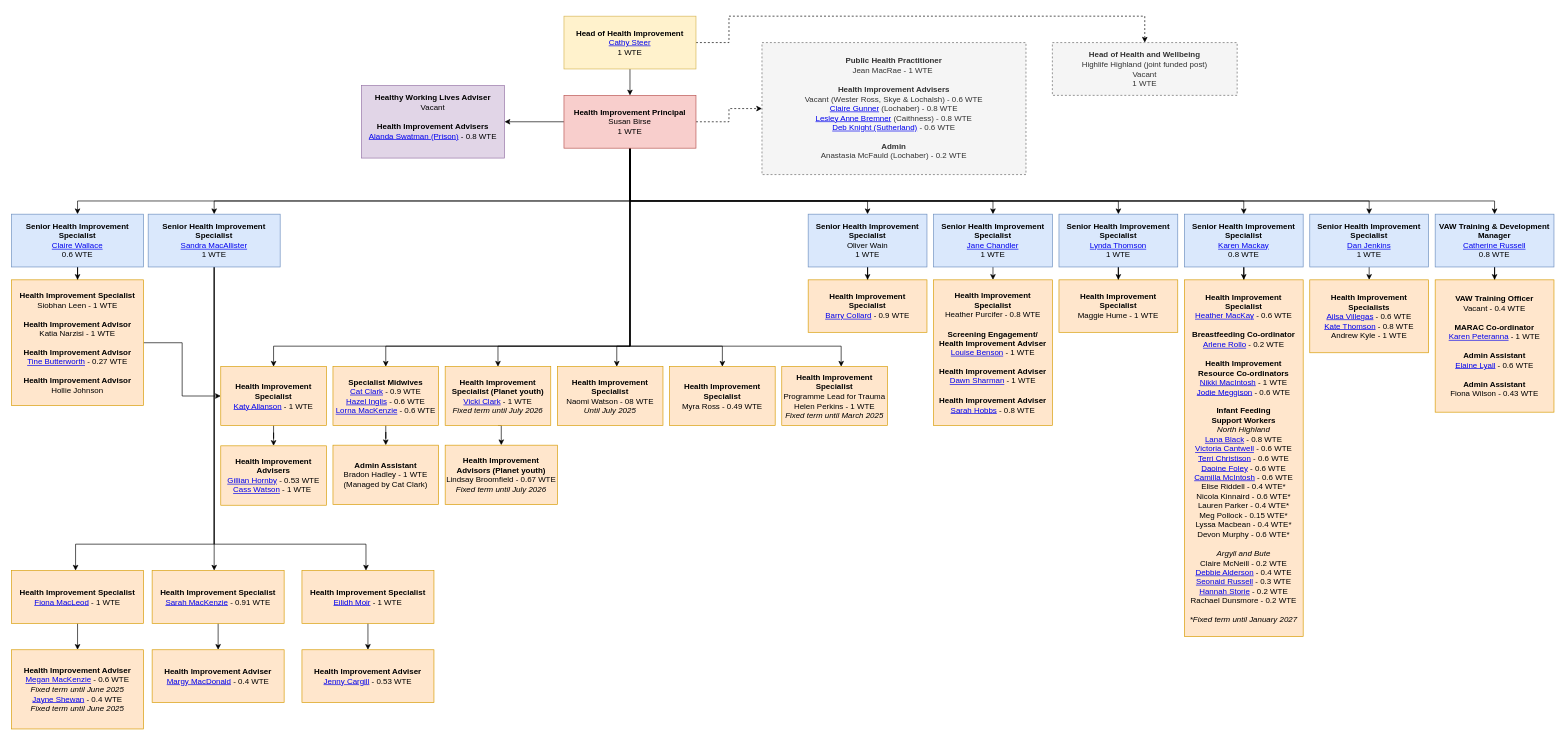
This is Untitled Diagram.drawio from barrycollard/staffOrgChart, a draw.io file, before an edit. Source tidied: cells renumbered, new cells numbered last; positions are measured from the earlier drawing's top-left corner, leaving out a move shared by most shapes. Both pictures are drawn from the tidied source at 66%, with x=0, y=0 at pixel (11, 16).
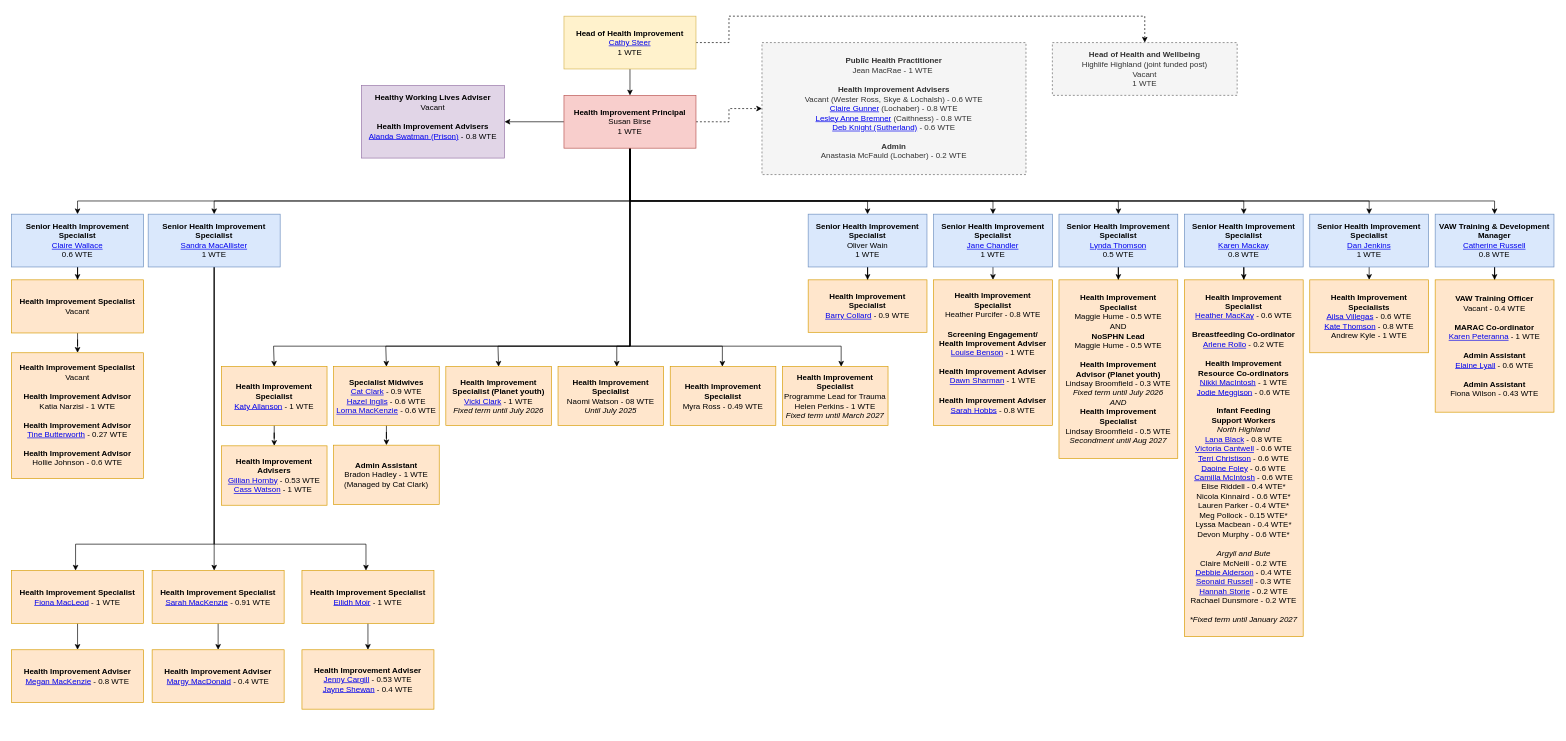
Above is the later version.

The edit, as a diff of the source:
```diff
@@
-    <mxCell id="30" value="&lt;div&gt;&lt;b&gt;Senior Health Improvement Specialist&lt;/b&gt;&lt;/div&gt;&lt;div&gt;&lt;div&gt;&lt;a href=&quot;https://nhshighland.publichealth.scot.nhs.uk/staff/lynda-thomson/&quot;&gt;Lynda Thomson&lt;/a&gt;&lt;/div&gt;&lt;div&gt;1 WTE&lt;/div&gt;&lt;/div&gt;" style="rounded=0;whiteSpace=wrap;html=1;fillColor=#dae8fc;strokeColor=#6c8ebf;" parent="1" vertex="1">
+    <mxCell id="30" value="&lt;div&gt;&lt;b&gt;Senior Health Improvement Specialist&lt;/b&gt;&lt;/div&gt;&lt;div&gt;&lt;div&gt;&lt;a href=&quot;https://nhshighland.publichealth.scot.nhs.uk/staff/lynda-thomson/&quot;&gt;Lynda Thomson&lt;/a&gt;&lt;/div&gt;&lt;div&gt;0.5 WTE&lt;/div&gt;&lt;/div&gt;" style="rounded=0;whiteSpace=wrap;html=1;fillColor=#dae8fc;strokeColor=#6c8ebf;" parent="1" vertex="1">
       <mxGeometry x="1587" y="300" width="180" height="80" as="geometry" />
     </mxCell>
@@
-    <mxCell id="35" style="edgeStyle=orthogonalEdgeStyle;rounded=0;jettySize=auto;html=1;" parent="1" edge="1" source="36" target="40">
-      <mxGeometry relative="1" as="geometry" />
-    </mxCell>
+    <mxCell id="72" style="edgeStyle=orthogonalEdgeStyle;rounded=0;jettySize=auto;html=1;" parent="1" edge="1" source="36" target="73">
+      <mxGeometry relative="1" as="geometry" />
+    </mxCell>
-    <mxCell id="36" value="&lt;div&gt;&lt;b&gt;Health Improvement Specialist&lt;/b&gt;&lt;/div&gt;&lt;div&gt;Siobhan Leen -&amp;nbsp;&lt;span style=&quot;background-color: transparent; color: light-dark(rgb(0, 0, 0), rgb(255, 255, 255));&quot;&gt;1 WTE&lt;/span&gt;&lt;/div&gt;&lt;div&gt;&lt;br&gt;&lt;/div&gt;&lt;div&gt;&lt;b&gt;Health Improvement Advisor&lt;/b&gt;&lt;/div&gt;&lt;div&gt;&lt;span style=&quot;background-color: transparent; color: light-dark(rgb(0, 0, 0), rgb(255, 255, 255));&quot;&gt;Katia Narzisi -&amp;nbsp;&lt;/span&gt;&lt;span style=&quot;background-color: transparent; color: light-dark(rgb(0, 0, 0), rgb(255, 255, 255));&quot;&gt;1 WTE&lt;/span&gt;&lt;br&gt;&lt;/div&gt;&lt;div&gt;&lt;span&gt;&lt;br&gt;&lt;/span&gt;&lt;/div&gt;&lt;div&gt;&lt;span&gt;&lt;div&gt;&lt;b&gt;Health Improvement Advisor&lt;/b&gt;&lt;/div&gt;&lt;div&gt;&lt;span style=&quot;background-color: transparent; color: light-dark(rgb(0, 0, 0), rgb(255, 255, 255));&quot;&gt;&lt;a href=&quot;/staff/tine-butterworth/&quot;&gt;Tine Butterworth&lt;/a&gt; -&amp;nbsp;&lt;/span&gt;&lt;span style=&quot;background-color: transparent; color: light-dark(rgb(0, 0, 0), rgb(255, 255, 255));&quot;&gt;0.27 WTE&lt;/span&gt;&lt;br&gt;&lt;/div&gt;&lt;/span&gt;&lt;/div&gt;&lt;div&gt;&lt;span&gt;&lt;br&gt;&lt;/span&gt;&lt;/div&gt;&lt;div&gt;&lt;span&gt;&lt;div&gt;&lt;b&gt;Health Improvement Advisor&lt;/b&gt;&lt;/div&gt;&lt;div&gt;&lt;span style=&quot;background-color: transparent; color: light-dark(rgb(0, 0, 0), rgb(255, 255, 255));&quot;&gt;Hollie Johnson&lt;/span&gt;&lt;br&gt;&lt;/div&gt;&lt;/span&gt;&lt;/div&gt;" style="rounded=0;whiteSpace=wrap;html=1;fillColor=#ffe6cc;strokeColor=#d79b00;" parent="1" vertex="1">
-      <mxGeometry y="399.5" width="200" height="190.5" as="geometry" />
+    <mxCell id="36" value="&lt;div&gt;&lt;b&gt;Health Improvement Specialist&lt;/b&gt;&lt;/div&gt;&lt;div&gt;Vacant&lt;/div&gt;" style="rounded=0;whiteSpace=wrap;html=1;fillColor=#ffe6cc;strokeColor=#d79b00;" parent="1" vertex="1">
+      <mxGeometry y="399.5" width="200" height="80.5" as="geometry" />
     </mxCell>
@@
     <mxCell id="40" value="&lt;div&gt;&lt;b&gt;Health Improvement &lt;br&gt;Specialist&lt;/b&gt;&lt;/div&gt;&lt;div&gt;&lt;a href=&quot;https://nhshighland.publichealth.scot.nhs.uk/staff/katy-allanson/&quot;&gt;Katy Allanson&lt;/a&gt; - 1 WTE&lt;/div&gt;" style="rounded=0;whiteSpace=wrap;html=1;fillColor=#ffe6cc;strokeColor=#d79b00;" parent="1" vertex="1">
-      <mxGeometry x="317" y="531" width="160" height="89" as="geometry" />
+      <mxGeometry x="318" y="531" width="160" height="89" as="geometry" />
     </mxCell>
@@
-    <mxCell id="50" value="&lt;div&gt;&lt;b&gt;Health Improvement Adviser&lt;/b&gt;&lt;/div&gt;&lt;div&gt;&lt;a style=&quot;background-color: initial;&quot; href=&quot;https://nhshighland.publichealth.scot.nhs.uk/staff/megan-mackenzie/&quot;&gt;Megan MacKenzie&lt;/a&gt;&lt;span style=&quot;background-color: initial;&quot;&gt; - 0.6 WTE&lt;/span&gt;&lt;br&gt;&lt;/div&gt;&lt;div&gt;&lt;div style=&quot;border-color: var(--border-color);&quot;&gt;&lt;span style=&quot;border-color: var(--border-color);&quot;&gt;&lt;i&gt;Fixed term until June 2025&lt;/i&gt;&lt;/span&gt;&lt;/div&gt;&lt;div style=&quot;border-color: var(--border-color);&quot;&gt;&lt;/div&gt;&lt;/div&gt;&lt;div&gt;&lt;div&gt;&lt;a href=&quot;https://nhshighland.publichealth.scot.nhs.uk/staff/jayne-shewan/&quot;&gt;Jayne Shewan&lt;/a&gt; - 0.4 WTE&lt;/div&gt;&lt;/div&gt;&lt;div&gt;&lt;i style=&quot;border-color: var(--border-color);&quot;&gt;Fixed term until June 2025&lt;/i&gt;&lt;br&gt;&lt;/div&gt;" style="rounded=0;whiteSpace=wrap;html=1;fillColor=#ffe6cc;strokeColor=#d79b00;" parent="1" vertex="1">
-      <mxGeometry y="960" width="200" height="120" as="geometry" />
+    <mxCell id="50" value="&lt;div&gt;&lt;b&gt;Health Improvement Adviser&lt;/b&gt;&lt;/div&gt;&lt;div&gt;&lt;a style=&quot;background-color: initial;&quot; href=&quot;https://nhshighland.publichealth.scot.nhs.uk/staff/megan-mackenzie/&quot;&gt;Megan MacKenzie&lt;/a&gt;&lt;span style=&quot;background-color: initial;&quot;&gt; - 0.8 WTE&lt;/span&gt;&lt;/div&gt;" style="rounded=0;whiteSpace=wrap;html=1;fillColor=#ffe6cc;strokeColor=#d79b00;" parent="1" vertex="1">
+      <mxGeometry y="960" width="200" height="80" as="geometry" />
     </mxCell>
     <mxCell id="51" value="&lt;div&gt;&lt;b&gt;Health Improvement &lt;br&gt;Specialist&lt;/b&gt;&lt;/div&gt;&lt;span style=&quot;background-color: initial;&quot;&gt;Naomi Watson - 08 WTE&lt;/span&gt;&lt;div&gt;&lt;span style=&quot;background-color: initial;&quot;&gt;&lt;i&gt;Until July 2025&lt;/i&gt;&lt;/span&gt;&lt;/div&gt;" style="rounded=0;whiteSpace=wrap;html=1;fillColor=#ffe6cc;strokeColor=#d79b00;" parent="1" vertex="1">
-      <mxGeometry x="827" y="531" width="160" height="89" as="geometry" />
+      <mxGeometry x="828" y="531" width="160" height="89" as="geometry" />
     </mxCell>
-    <mxCell id="52" value="&lt;div&gt;&lt;b style=&quot;background-color: initial;&quot;&gt;Health Improvement&lt;/b&gt;&lt;br&gt;&lt;/div&gt;&lt;div&gt;&lt;div&gt;&lt;b&gt;Specialist&lt;/b&gt;&lt;/div&gt;Maggie Hume&amp;nbsp;- 1 WTE&lt;br&gt;&lt;/div&gt;" style="rounded=0;whiteSpace=wrap;html=1;fillColor=#ffe6cc;strokeColor=#d79b00;" parent="1" vertex="1">
-      <mxGeometry x="1587" y="399.5" width="180" height="79.5" as="geometry" />
+    <mxCell id="52" value="&lt;div&gt;&lt;b style=&quot;background-color: initial;&quot;&gt;Health Improvement&lt;/b&gt;&lt;br&gt;&lt;/div&gt;&lt;div&gt;&lt;div&gt;&lt;b&gt;Specialist&lt;/b&gt;&lt;/div&gt;Maggie Hume&amp;nbsp;- 0.5 WTE&lt;br&gt;&lt;/div&gt;&lt;div&gt;AND&lt;/div&gt;&lt;div&gt;&lt;b&gt;NoSPHN Lead&lt;/b&gt;&lt;/div&gt;&lt;div&gt;Maggie Hume - 0.5 WTE&lt;/div&gt;&lt;div&gt;&lt;br&gt;&lt;/div&gt;&lt;div&gt;&lt;b&gt;Health Improvement&lt;br&gt;Advisor (Planet youth)&lt;br&gt;&lt;/b&gt;&lt;div&gt;Lindsay Broomfield&amp;nbsp;- 0.3 WTE&lt;br style=&quot;border-color: rgb(218, 218, 218);&quot;&gt;&lt;i&gt;Fixed term until July 2026&lt;/i&gt;&lt;/div&gt;&lt;/div&gt;&lt;div&gt;&lt;i&gt;AND&lt;/i&gt;&lt;/div&gt;&lt;div&gt;&lt;b&gt;Health Improvement&lt;br&gt;Specialist&lt;br&gt;&lt;/b&gt;&lt;div&gt;Lindsay Broomfield&amp;nbsp;- 0.5 WTE&lt;br style=&quot;border-color: rgb(218, 218, 218);&quot;&gt;&lt;i&gt;Secondment until Aug 2027&lt;/i&gt;&lt;/div&gt;&lt;/div&gt;" style="rounded=0;whiteSpace=wrap;html=1;fillColor=#ffe6cc;strokeColor=#d79b00;" parent="1" vertex="1">
+      <mxGeometry x="1587" y="399.5" width="180" height="270.5" as="geometry" />
     </mxCell>
@@
     <mxCell id="62" value="&lt;div&gt;&lt;b style=&quot;background-color: initial;&quot;&gt;Specialist Midwives&lt;/b&gt;&lt;br&gt;&lt;/div&gt;&lt;div&gt;&lt;div&gt;&lt;a style=&quot;background-color: initial;&quot; href=&quot;https://nhshighland.publichealth.scot.nhs.uk/staff/cat-clark/&quot;&gt;Cat Clark&lt;/a&gt;&lt;span style=&quot;background-color: initial;&quot;&gt; - 0.9 WTE&lt;/span&gt;&lt;br&gt;&lt;/div&gt;&lt;div&gt;&lt;a href=&quot;https://nhshighland.publichealth.scot.nhs.uk/staff/hazel-inglis/&quot;&gt;Hazel Inglis&lt;/a&gt; - 0.6 WTE&lt;/div&gt;&lt;/div&gt;&lt;div&gt;&lt;div&gt;&lt;a href=&quot;https://nhshighland.publichealth.scot.nhs.uk/staff/lorna-mackenzie/&quot;&gt;Lorna MacKenzie&lt;/a&gt;&amp;nbsp;- 0.6 WTE&lt;/div&gt;&lt;/div&gt;" style="rounded=0;whiteSpace=wrap;html=1;fillColor=#ffe6cc;strokeColor=#d79b00;" parent="1" vertex="1">
-      <mxGeometry x="487" y="531" width="160" height="89" as="geometry" />
+      <mxGeometry x="488" y="531" width="160" height="89" as="geometry" />
     </mxCell>
-    <mxCell id="63" style="edgeStyle=orthogonalEdgeStyle;rounded=0;jettySize=auto;html=1;exitX=0.5;exitY=1;exitDx=0;exitDy=0;entryX=0.5;entryY=0;entryDx=0;entryDy=0;" parent="1" edge="1" source="64" target="66">
-      <mxGeometry relative="1" as="geometry" />
-    </mxCell>
     <mxCell id="64" value="&lt;b&gt;Health Improvement &lt;br&gt;Specialist&amp;nbsp;(Planet youth)&lt;br&gt;&lt;/b&gt;&lt;a href=&quot;https://nhshighland.publichealth.scot.nhs.uk/staff/vicki-clark/&quot;&gt;Vicki Clark&lt;/a&gt; - 1 WTE&lt;br&gt;&lt;i&gt;Fixed term until July 2026&lt;/i&gt;&lt;b&gt;&lt;br&gt;&lt;/b&gt;" style="rounded=0;whiteSpace=wrap;html=1;fillColor=#ffe6cc;strokeColor=#d79b00;" parent="1" vertex="1">
-      <mxGeometry x="657" y="531" width="160" height="89" as="geometry" />
+      <mxGeometry x="658" y="531" width="160" height="89" as="geometry" />
     </mxCell>
     <mxCell id="65" value="&lt;div style=&quot;border-color: var(--border-color);&quot;&gt;&lt;b style=&quot;border-color: var(--border-color);&quot;&gt;Health Improvement&lt;br&gt;Advisers&lt;/b&gt;&lt;/div&gt;&lt;div style=&quot;border-color: var(--border-color);&quot;&gt;&lt;div style=&quot;border-color: var(--border-color);&quot;&gt;&lt;a style=&quot;background-color: initial;&quot; href=&quot;https://nhshighland.publichealth.scot.nhs.uk/staff/gillian-hornby/&quot;&gt;Gillian Hornby&lt;/a&gt;&lt;span style=&quot;background-color: initial;&quot;&gt;&amp;nbsp;- 0.53 WTE&lt;/span&gt;&lt;br&gt;&lt;/div&gt;&lt;div style=&quot;border-color: var(--border-color);&quot;&gt;&lt;a style=&quot;border-color: var(--border-color);&quot; href=&quot;https://nhshighland.publichealth.scot.nhs.uk/staff/cassandra-watson/&quot;&gt;Cass Watson&lt;/a&gt;&amp;nbsp;- 1 WTE&amp;nbsp;&lt;/div&gt;&lt;/div&gt;" style="rounded=0;whiteSpace=wrap;html=1;fillColor=#ffe6cc;strokeColor=#d79b00;" parent="1" vertex="1">
-      <mxGeometry x="317" y="651" width="160" height="90" as="geometry" />
+      <mxGeometry x="318" y="651" width="160" height="90" as="geometry" />
     </mxCell>
-    <mxCell id="66" value="&lt;b&gt;Health Improvement&lt;br&gt;Advisors&amp;nbsp;(Planet youth)&lt;br&gt;&lt;/b&gt;&lt;div&gt;Lindsay Broomfield&amp;nbsp;- 0.67 WTE&lt;br style=&quot;border-color: var(--border-color);&quot;&gt;&lt;i&gt;Fixed term until July 2026&lt;/i&gt;&lt;b&gt;&lt;br&gt;&lt;/b&gt;&lt;/div&gt;" style="rounded=0;whiteSpace=wrap;html=1;fillColor=#ffe6cc;strokeColor=#d79b00;" parent="1" vertex="1">
-      <mxGeometry x="657" y="650" width="170" height="90" as="geometry" />
-    </mxCell>
     <mxCell id="67" value="&lt;div&gt;&lt;b&gt;Health Improvement&lt;/b&gt;&lt;/div&gt;&lt;div&gt;&lt;b&gt;Specialist&lt;/b&gt;&lt;/div&gt;&lt;div&gt;Myra Ross - 0.49 WTE&lt;/div&gt;" style="rounded=0;whiteSpace=wrap;html=1;fillColor=#ffe6cc;strokeColor=#d79b00;" parent="1" vertex="1">
-      <mxGeometry x="997" y="531" width="160" height="89" as="geometry" />
+      <mxGeometry x="998" y="531" width="160" height="89" as="geometry" />
     </mxCell>
-    <mxCell id="68" value="&lt;div&gt;&lt;b&gt;Health Improvement Adviser&lt;/b&gt;&lt;/div&gt;&lt;div&gt;&lt;div&gt;&lt;span style=&quot;background-color: initial;&quot;&gt;&lt;a href=&quot;https://nhshighland.publichealth.scot.nhs.uk/staff/jenny-cargill/&quot;&gt;Jenny Cargill&lt;/a&gt;&amp;nbsp;- 0.53 WTE&lt;/span&gt;&lt;/div&gt;&lt;div&gt;&lt;/div&gt;&lt;/div&gt;" style="rounded=0;whiteSpace=wrap;html=1;fillColor=#ffe6cc;strokeColor=#d79b00;" parent="1" vertex="1">
-      <mxGeometry x="440" y="960" width="200" height="80" as="geometry" />
+    <mxCell id="68" value="&lt;div&gt;&lt;b&gt;Health Improvement Adviser&lt;/b&gt;&lt;/div&gt;&lt;div&gt;&lt;div&gt;&lt;span style=&quot;background-color: initial;&quot;&gt;&lt;a href=&quot;https://nhshighland.publichealth.scot.nhs.uk/staff/jenny-cargill/&quot;&gt;Jenny Cargill&lt;/a&gt;&amp;nbsp;- 0.53 WTE&lt;/span&gt;&lt;/div&gt;&lt;div&gt;&lt;a href=&quot;https://nhshighland.publichealth.scot.nhs.uk/staff/jayne-shewan/&quot; style=&quot;background-color: transparent;&quot;&gt;Jayne Shewan&lt;/a&gt;&lt;span style=&quot;color: light-dark(rgb(0, 0, 0), rgb(255, 255, 255)); background-color: transparent;&quot;&gt;&amp;nbsp;- 0.4 WTE&lt;/span&gt;&lt;span style=&quot;background-color: initial;&quot;&gt;&lt;/span&gt;&lt;/div&gt;&lt;div&gt;&lt;/div&gt;&lt;/div&gt;" style="rounded=0;whiteSpace=wrap;html=1;fillColor=#ffe6cc;strokeColor=#d79b00;" parent="1" vertex="1">
+      <mxGeometry x="440" y="960" width="200" height="90" as="geometry" />
     </mxCell>
     <mxCell id="69" value="&lt;div style=&quot;border-color: var(--border-color);&quot;&gt;&lt;div&gt;&lt;b&gt;Admin Assistant&lt;/b&gt;&lt;/div&gt;&lt;div&gt;Bradon Hadley - 1 WTE&lt;/div&gt;&lt;div&gt;(Managed by Cat Clark)&lt;/div&gt;&lt;/div&gt;" style="rounded=0;whiteSpace=wrap;html=1;fillColor=#ffe6cc;strokeColor=#d79b00;" parent="1" vertex="1">
-      <mxGeometry x="487" y="650" width="160" height="90" as="geometry" />
+      <mxGeometry x="488" y="650" width="160" height="90" as="geometry" />
     </mxCell>
-    <mxCell id="70" value="&lt;div&gt;&lt;b&gt;Health Improvement&lt;/b&gt;&lt;/div&gt;&lt;div&gt;&lt;b&gt;Specialist&lt;/b&gt;&lt;/div&gt;&lt;div&gt;&lt;span&gt;Programme Lead for Trauma&lt;/span&gt;&lt;/div&gt;&lt;div&gt;&lt;span&gt;Helen Perkins - 1 WTE&lt;/span&gt;&lt;/div&gt;&lt;div&gt;&lt;span&gt;&lt;i&gt;Fixed term until March 2025&lt;/i&gt;&lt;/span&gt;&lt;br&gt;&lt;/div&gt;" style="rounded=0;whiteSpace=wrap;html=1;fillColor=#ffe6cc;strokeColor=#d79b00;" parent="1" vertex="1">
-      <mxGeometry x="1167" y="531" width="160" height="89" as="geometry" />
+    <mxCell id="70" value="&lt;div&gt;&lt;b&gt;Health Improvement&lt;/b&gt;&lt;/div&gt;&lt;div&gt;&lt;b&gt;Specialist&lt;/b&gt;&lt;/div&gt;&lt;div&gt;&lt;span&gt;Programme Lead for Trauma&lt;/span&gt;&lt;/div&gt;&lt;div&gt;&lt;span&gt;Helen Perkins - 1 WTE&lt;/span&gt;&lt;/div&gt;&lt;div&gt;&lt;span&gt;&lt;i&gt;Fixed term until March 2027&lt;/i&gt;&lt;/span&gt;&lt;br&gt;&lt;/div&gt;" style="rounded=0;whiteSpace=wrap;html=1;fillColor=#ffe6cc;strokeColor=#d79b00;" parent="1" vertex="1">
+      <mxGeometry x="1168" y="531" width="160" height="89" as="geometry" />
     </mxCell>
@@
+    <mxCell id="73" value="&lt;div&gt;&lt;b&gt;Health Improvement Specialist&lt;/b&gt;&lt;/div&gt;&lt;div&gt;Vacant&lt;/div&gt;&lt;div&gt;&lt;br&gt;&lt;/div&gt;&lt;div&gt;&lt;b&gt;Health Improvement Advisor&lt;/b&gt;&lt;/div&gt;&lt;div&gt;&lt;span style=&quot;background-color: transparent; color: light-dark(rgb(0, 0, 0), rgb(255, 255, 255));&quot;&gt;Katia Narzisi -&amp;nbsp;&lt;/span&gt;&lt;span style=&quot;background-color: transparent; color: light-dark(rgb(0, 0, 0), rgb(255, 255, 255));&quot;&gt;1 WTE&lt;/span&gt;&lt;br&gt;&lt;/div&gt;&lt;div&gt;&lt;span&gt;&lt;br&gt;&lt;/span&gt;&lt;/div&gt;&lt;div&gt;&lt;span&gt;&lt;div&gt;&lt;b&gt;Health Improvement Advisor&lt;/b&gt;&lt;/div&gt;&lt;div&gt;&lt;span style=&quot;background-color: transparent; color: light-dark(rgb(0, 0, 0), rgb(255, 255, 255));&quot;&gt;&lt;a href=&quot;/staff/tine-butterworth/&quot;&gt;Tine Butterworth&lt;/a&gt; -&amp;nbsp;&lt;/span&gt;&lt;span style=&quot;background-color: transparent; color: light-dark(rgb(0, 0, 0), rgb(255, 255, 255));&quot;&gt;0.27 WTE&lt;/span&gt;&lt;br&gt;&lt;/div&gt;&lt;/span&gt;&lt;/div&gt;&lt;div&gt;&lt;span&gt;&lt;br&gt;&lt;/span&gt;&lt;/div&gt;&lt;div&gt;&lt;span&gt;&lt;div&gt;&lt;b&gt;Health Improvement Advisor&lt;/b&gt;&lt;/div&gt;&lt;div&gt;&lt;span style=&quot;background-color: transparent; color: light-dark(rgb(0, 0, 0), rgb(255, 255, 255));&quot;&gt;Hollie Johnson - 0.6 WTE&lt;/span&gt;&lt;br&gt;&lt;/div&gt;&lt;/span&gt;&lt;/div&gt;" style="rounded=0;whiteSpace=wrap;html=1;fillColor=#ffe6cc;strokeColor=#d79b00;" parent="1" vertex="1">
+      <mxGeometry y="510" width="200" height="190.5" as="geometry" />
+    </mxCell>
```
